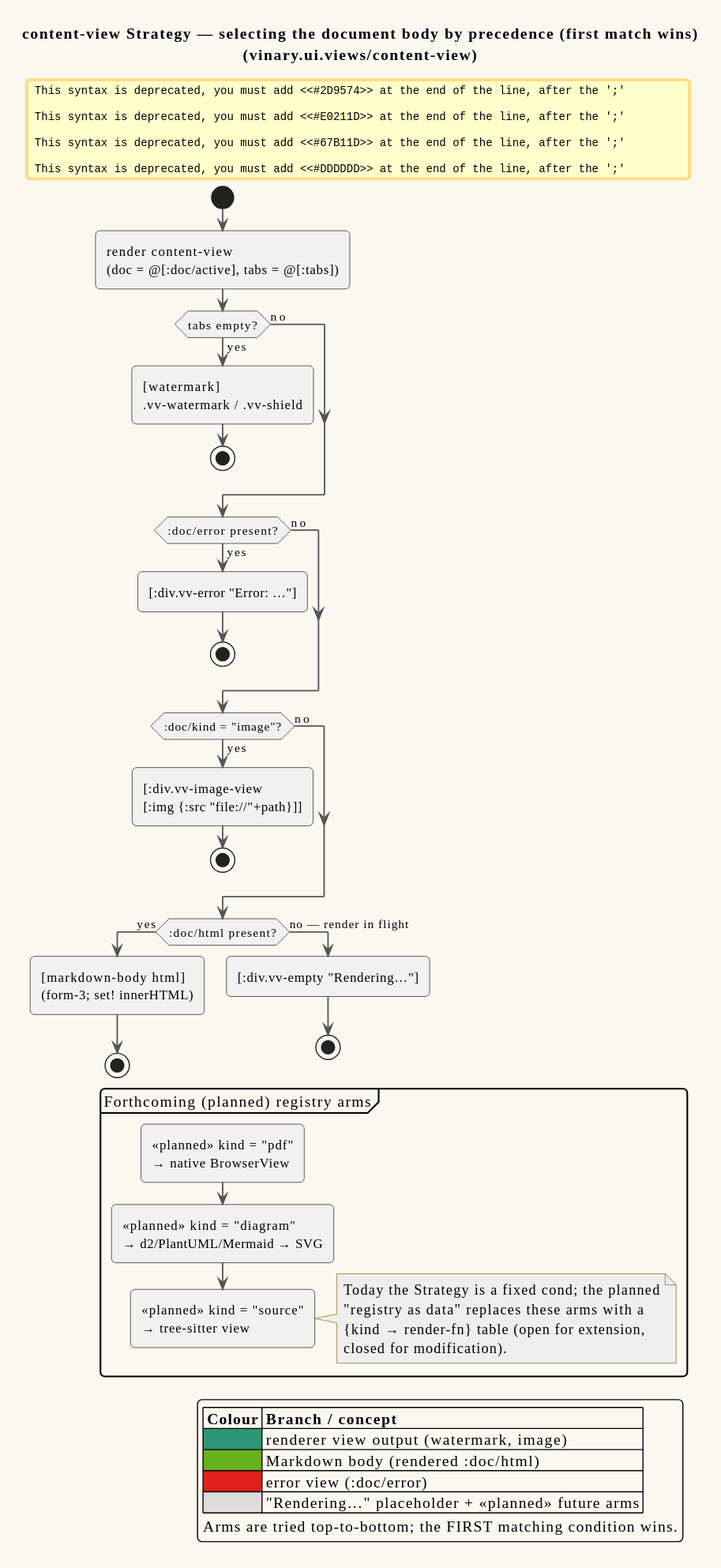
Before: docs/diagrams/activity-content-strategy.svg, a diagram exported from PlantUML (vinary-tree/vinary-viewer). Its source is kept beside it as docs/diagrams/activity-content-strategy.puml. Source of this version:
```plantuml
@startuml activity-content-strategy
!include _vv-theme.iuml

title content-view Strategy — selecting the document body by precedence (first match wins)\n(vinary.ui.views/content-view)

start
:render content-view\n(doc = @[:doc/active], tabs = @[:tabs]);

if (tabs empty?) then (yes)
  #2D9574:[watermark]\n.vv-watermark / .vv-shield;
  stop
else (no)
endif

if (:doc/error present?) then (yes)
  #E0211D:[:div.vv-error "Error: …"];
  stop
else (no)
endif

if (:doc/kind = "image"?) then (yes)
  #2D9574:[:div.vv-image-view\n[:img {:src "file://"+path}]];
  stop
else (no)
endif

if (:doc/html present?) then (yes)
  #67B11D:[markdown-body html]\n(form-3; set! innerHTML);
  stop
else (no — render in flight)
  #DDDDDD:[:div.vv-empty "Rendering…"];
  stop
endif

partition "Forthcoming (planned) registry arms" #line.dashed;line:999999 {
  #DDDDDD:«planned» kind = "pdf"\n→ native BrowserView;
  #DDDDDD:«planned» kind = "diagram"\n→ d2/PlantUML/Mermaid → SVG;
  #DDDDDD:«planned» kind = "source"\n→ tree-sitter view;
  note right #EEEEEE
    Today the Strategy is a fixed cond; the planned
    "registry as data" replaces these arms with a
    {kind → render-fn} table (open for extension,
    closed for modification).
  end note
  detach
}

legend right
  |= Colour |= Branch / concept |
  |<#2D9574>| renderer view output (watermark, image) |
  |<#67B11D>| Markdown body (rendered :doc/html) |
  |<#E0211D>| error view (:doc/error) |
  |<#DDDDDD>| "Rendering…" placeholder + «planned» future arms |
  Arms are tried top-to-bottom; the FIRST matching condition wins.
endlegend
@enduml
```
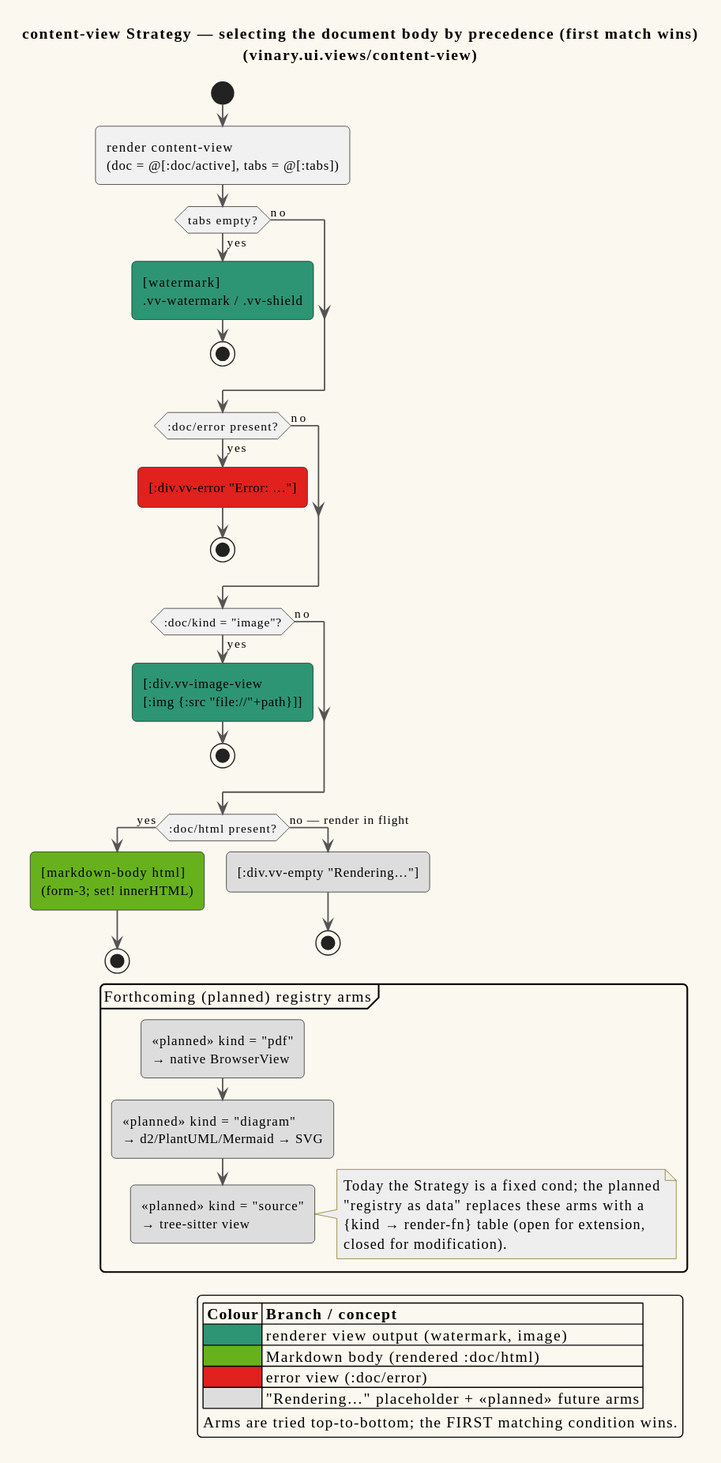
After the change.

What changed in the source:
```diff
@@ -7,35 +7,35 @@
 :render content-view\n(doc = @[:doc/active], tabs = @[:tabs]);
 
 if (tabs empty?) then (yes)
-  #2D9574:[watermark]\n.vv-watermark / .vv-shield;
+  :[watermark]\n.vv-watermark / .vv-shield; <<#2D9574>>
   stop
 else (no)
 endif
 
 if (:doc/error present?) then (yes)
-  #E0211D:[:div.vv-error "Error: …"];
+  :[:div.vv-error "Error: …"]; <<#E0211D>>
   stop
 else (no)
 endif
 
 if (:doc/kind = "image"?) then (yes)
-  #2D9574:[:div.vv-image-view\n[:img {:src "file://"+path}]];
+  :[:div.vv-image-view\n[:img {:src "file://"+path}]]; <<#2D9574>>
   stop
 else (no)
 endif
 
 if (:doc/html present?) then (yes)
-  #67B11D:[markdown-body html]\n(form-3; set! innerHTML);
+  :[markdown-body html]\n(form-3; set! innerHTML); <<#67B11D>>
   stop
 else (no — render in flight)
-  #DDDDDD:[:div.vv-empty "Rendering…"];
+  :[:div.vv-empty "Rendering…"]; <<#DDDDDD>>
   stop
 endif
 
 partition "Forthcoming (planned) registry arms" #line.dashed;line:999999 {
-  #DDDDDD:«planned» kind = "pdf"\n→ native BrowserView;
-  #DDDDDD:«planned» kind = "diagram"\n→ d2/PlantUML/Mermaid → SVG;
-  #DDDDDD:«planned» kind = "source"\n→ tree-sitter view;
+  :«planned» kind = "pdf"\n→ native BrowserView; <<#DDDDDD>>
+  :«planned» kind = "diagram"\n→ d2/PlantUML/Mermaid → SVG; <<#DDDDDD>>
+  :«planned» kind = "source"\n→ tree-sitter view; <<#DDDDDD>>
   note right #EEEEEE
     Today the Strategy is a fixed cond; the planned
     "registry as data" replaces these arms with a
```
